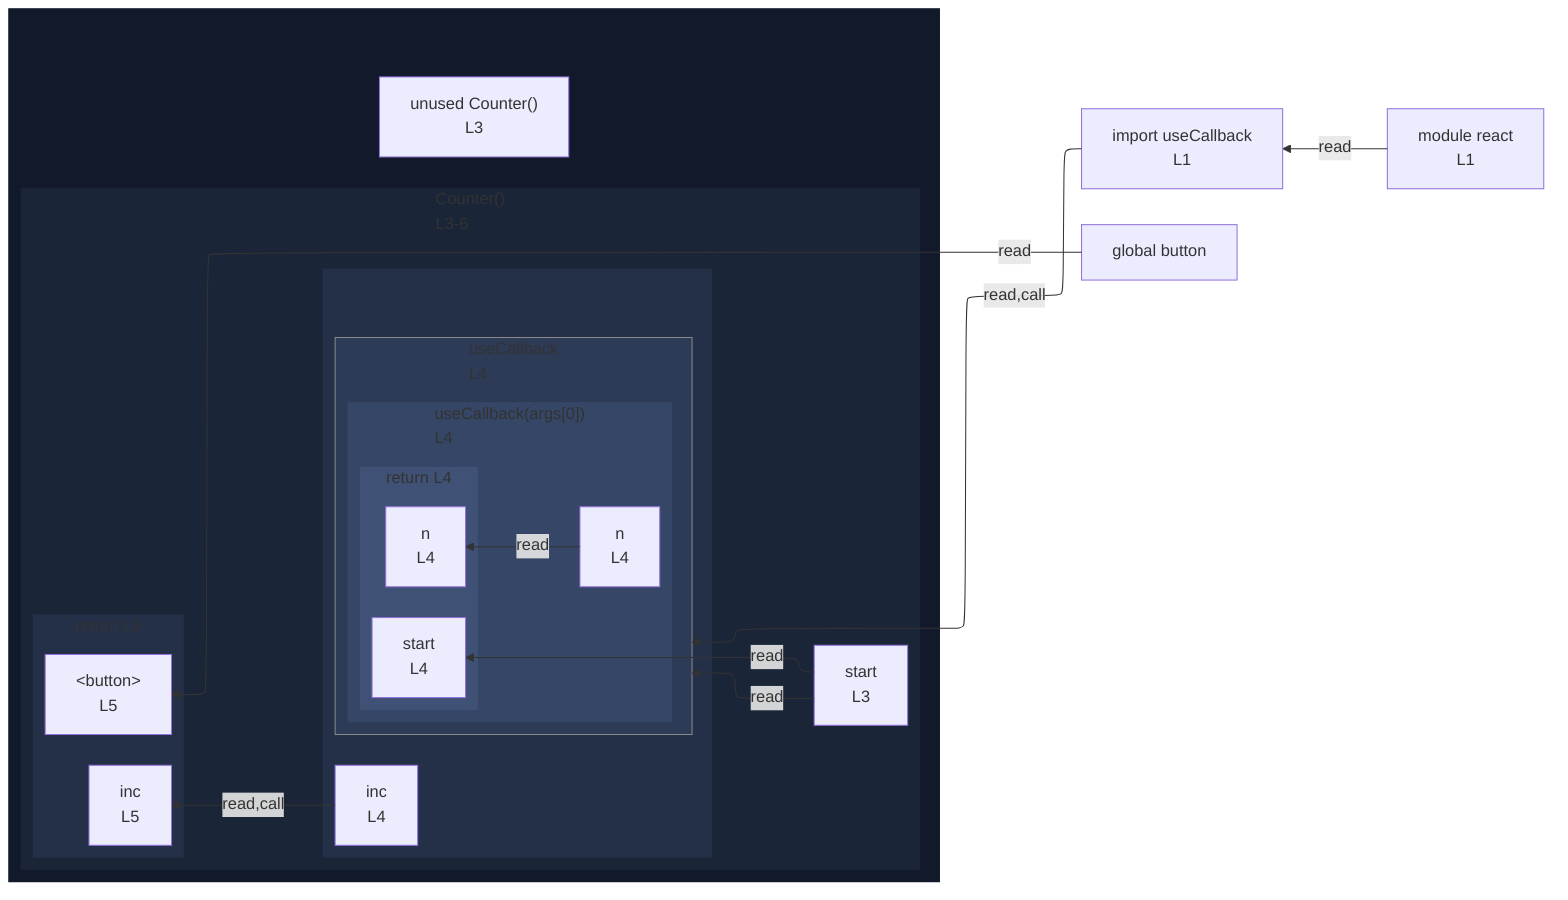
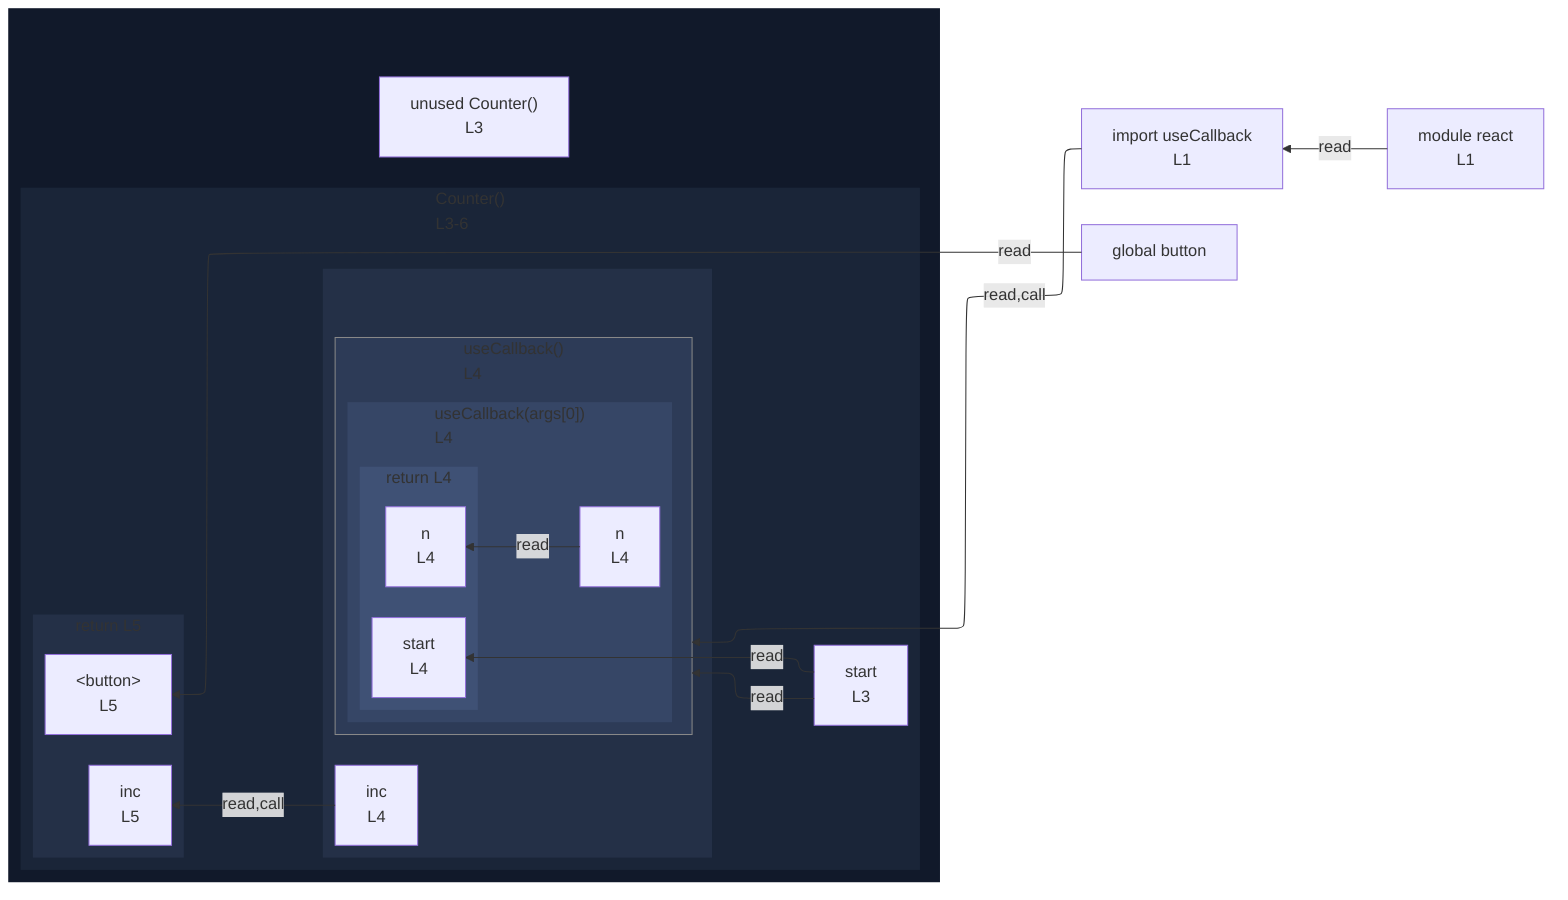
%%{init: {"flowchart": {"defaultRenderer": "elk"}}}%%
flowchart RL
  n_scope_0_useCallback_9["import useCallback<br/>L1"]
  n_scope_0_button_162["global button"]
  subgraph wrap_s_scope_1[" "]
    direction TB
    n_scope_0_Counter_44["unused Counter()<br/>L3"]
    subgraph s_scope_1["Counter()<br/>L3-6"]
      direction RL
      n_scope_1_start_57["start<br/>L3"]
-       subgraph wrap_call_proxy_ref_2[" "]
+       subgraph wrap_call_proxy_104[" "]
        direction TB
        n_scope_1_inc_98["inc<br/>L4"]
-         subgraph call_proxy_ref_2["useCallback<br/>L4"]
+         subgraph call_proxy_104["useCallback()<br/>L4"]
          direction RL
          subgraph s_scope_2["useCallback(args[0])<br/>L4"]
            direction RL
            n_scope_2_n_117["n<br/>L4"]
            subgraph s_return_scope_0_Counter_44_131_140["return L4"]
              direction RL
              ret_use_ref_3["n<br/>L4"]
              ret_use_ref_4["start<br/>L4"]
            end
          end
        end
      end
      subgraph s_return_scope_0_Counter_44_154_187["return L5"]
        direction RL
        ret_use_ref_6["&lt;button&gt;<br/>L5"]
        ret_use_ref_7["inc<br/>L5"]
      end
    end
  end
-   n_scope_0_useCallback_9 -->|read,call| call_proxy_ref_2
+   n_scope_0_useCallback_9 -->|read,call| call_proxy_104
  n_scope_2_n_117 -->|read| ret_use_ref_3
  n_scope_1_start_57 -->|read| ret_use_ref_4
-   n_scope_1_start_57 -->|read| call_proxy_ref_2
+   n_scope_1_start_57 -->|read| call_proxy_104
  n_scope_0_button_162 -->|read| ret_use_ref_6
  n_scope_1_inc_98 -->|read,call| ret_use_ref_7
  mod_react["module react<br/>L1"]
  mod_react -->|read| n_scope_0_useCallback_9
  classDef nestL1 fill:#11192a,stroke:transparent;
  class wrap_s_scope_1 nestL1;
  classDef nestL2 fill:#1a2538,stroke:transparent;
  class s_scope_1 nestL2;
  classDef nestL3 fill:#243047,stroke:transparent;
-   class wrap_call_proxy_ref_2 nestL3;
+   class wrap_call_proxy_104 nestL3;
  class s_return_scope_0_Counter_44_154_187 nestL3;
  classDef nestL4 fill:#2d3b57,stroke:transparent;
-   class call_proxy_ref_2 nestL4;
+   class call_proxy_104 nestL4;
  classDef nestL5 fill:#364666,stroke:transparent;
  class s_scope_2 nestL5;
  classDef nestL6 fill:#3f5175,stroke:transparent;
  class s_return_scope_0_Counter_44_131_140 nestL6;
  classDef edgeTargetSubgraph stroke:#888;
-   class call_proxy_ref_2 edgeTargetSubgraph;
+   class call_proxy_104 edgeTargetSubgraph;
